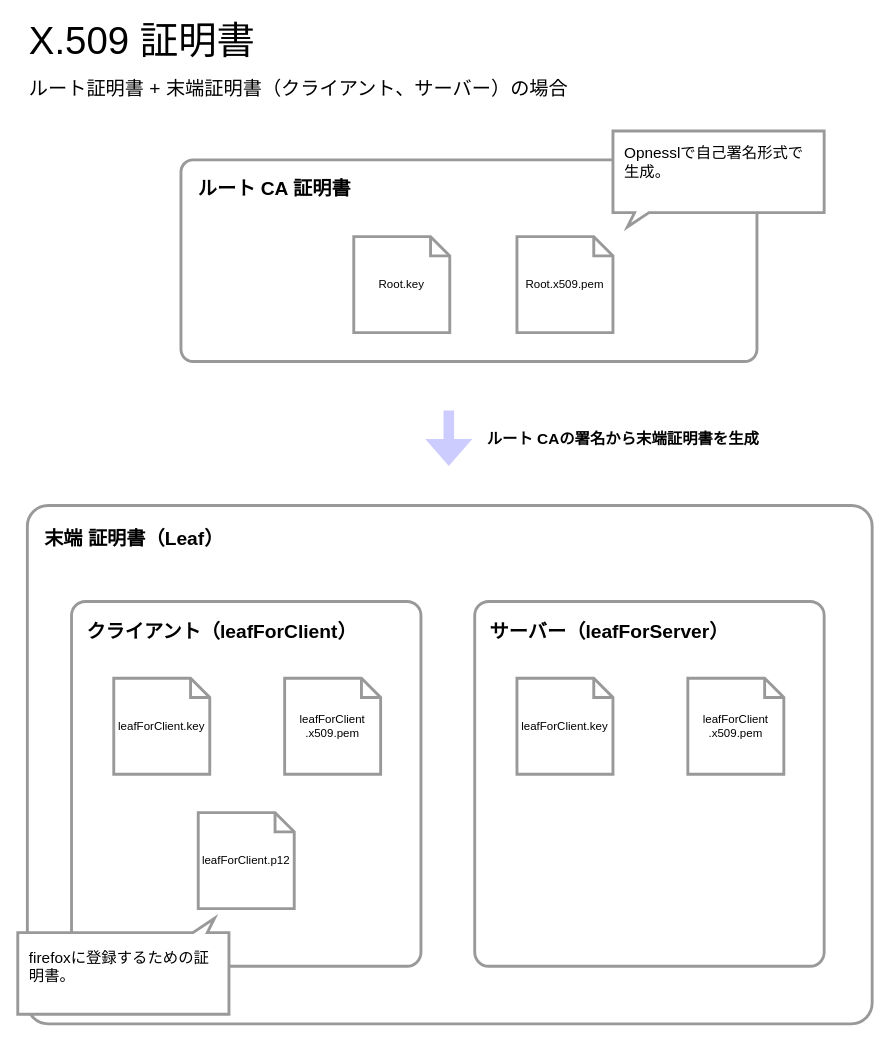
This is page "生成" (1 of 2) of document/document.drawio from misupopo/create-x509-cert-example, a draw.io file, before an edit. Source tidied: cells renumbered, new cells numbered last; positions are measured from the earlier drawing's top-left corner, leaving out a move shared by most shapes. Both pictures are drawn from the tidied source at 96%, with x=0, y=0 at pixel (17, 25).
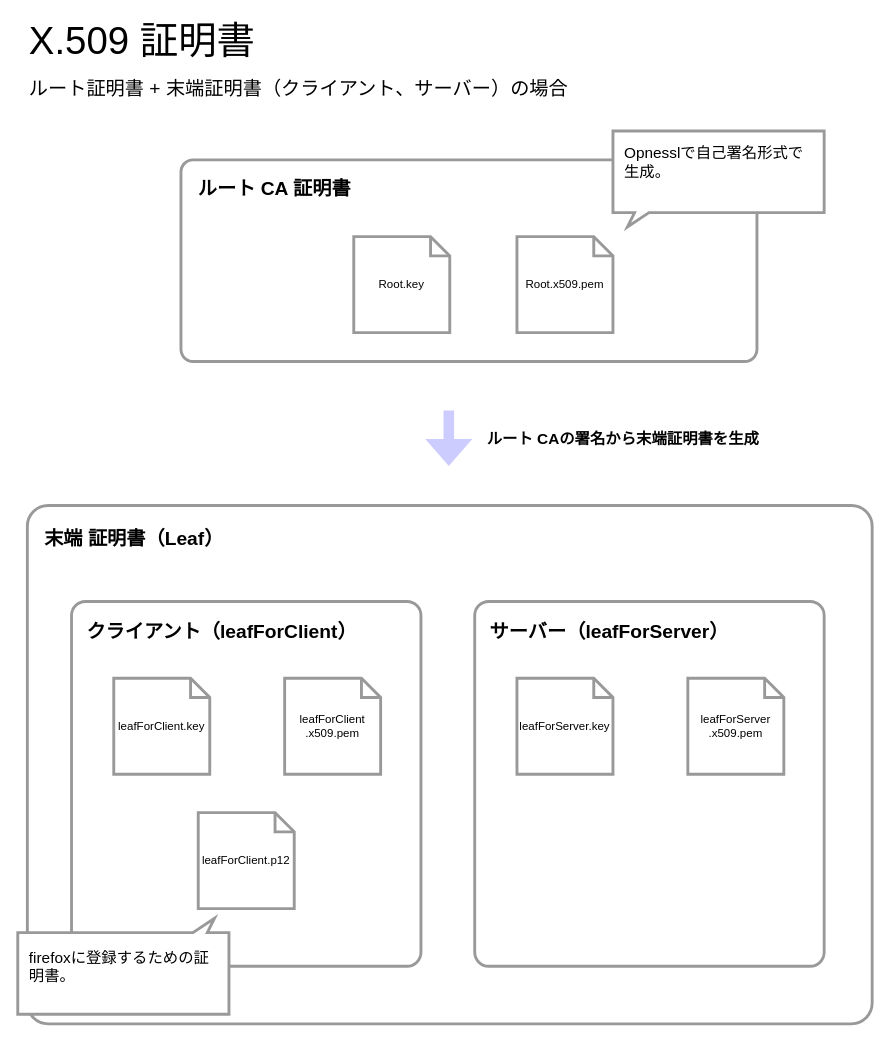
Above is the later version.

Diff of the diagram source:
```diff
@@
-    <mxCell id="16" value="leafForClient.key" style="shape=note;size=20;whiteSpace=wrap;html=1;labelBackgroundColor=none;labelBorderColor=none;fontSize=12;strokeColor=#999999;strokeWidth=3;fillColor=default;" parent="1" vertex="1">
+    <mxCell id="16" value="leafForServer.key" style="shape=note;size=20;whiteSpace=wrap;html=1;labelBackgroundColor=none;labelBorderColor=none;fontSize=12;strokeColor=#999999;strokeWidth=3;fillColor=default;" parent="1" vertex="1">
       <mxGeometry x="520" y="680" width="100" height="100" as="geometry" />
     </mxCell>
@@
-    <mxCell id="18" value="leafForClient&lt;br&gt;.x509.pem" style="shape=note;size=20;whiteSpace=wrap;html=1;labelBackgroundColor=none;labelBorderColor=none;fontSize=12;strokeColor=#999999;strokeWidth=3;fillColor=default;" parent="1" vertex="1">
+    <mxCell id="18" value="leafForServer&lt;br&gt;.x509.pem" style="shape=note;size=20;whiteSpace=wrap;html=1;labelBackgroundColor=none;labelBorderColor=none;fontSize=12;strokeColor=#999999;strokeWidth=3;fillColor=default;" parent="1" vertex="1">
       <mxGeometry x="698" y="680" width="100" height="100" as="geometry" />
     </mxCell>
```
